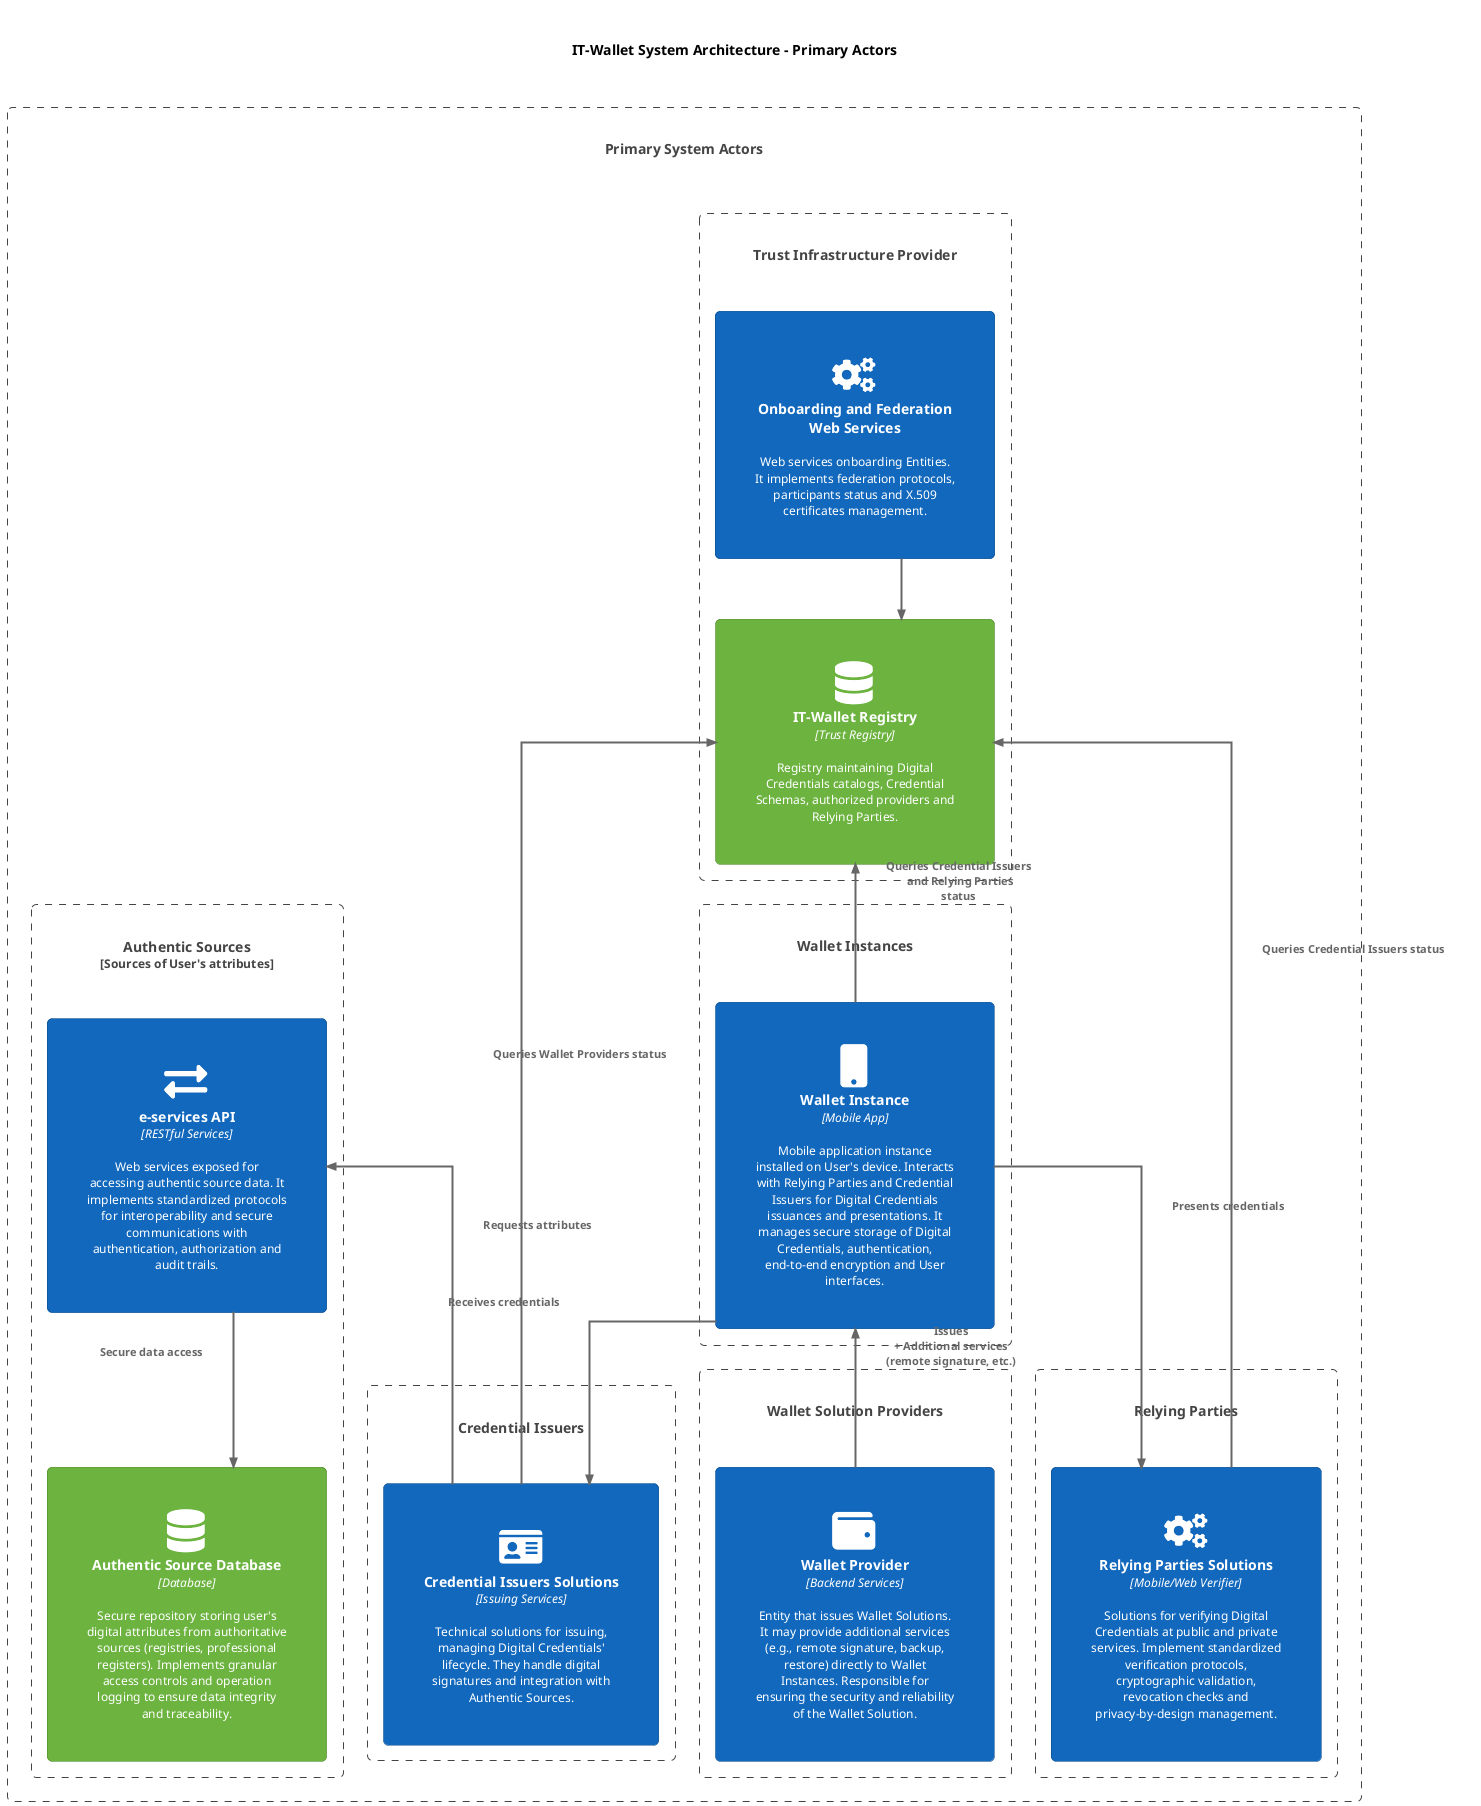
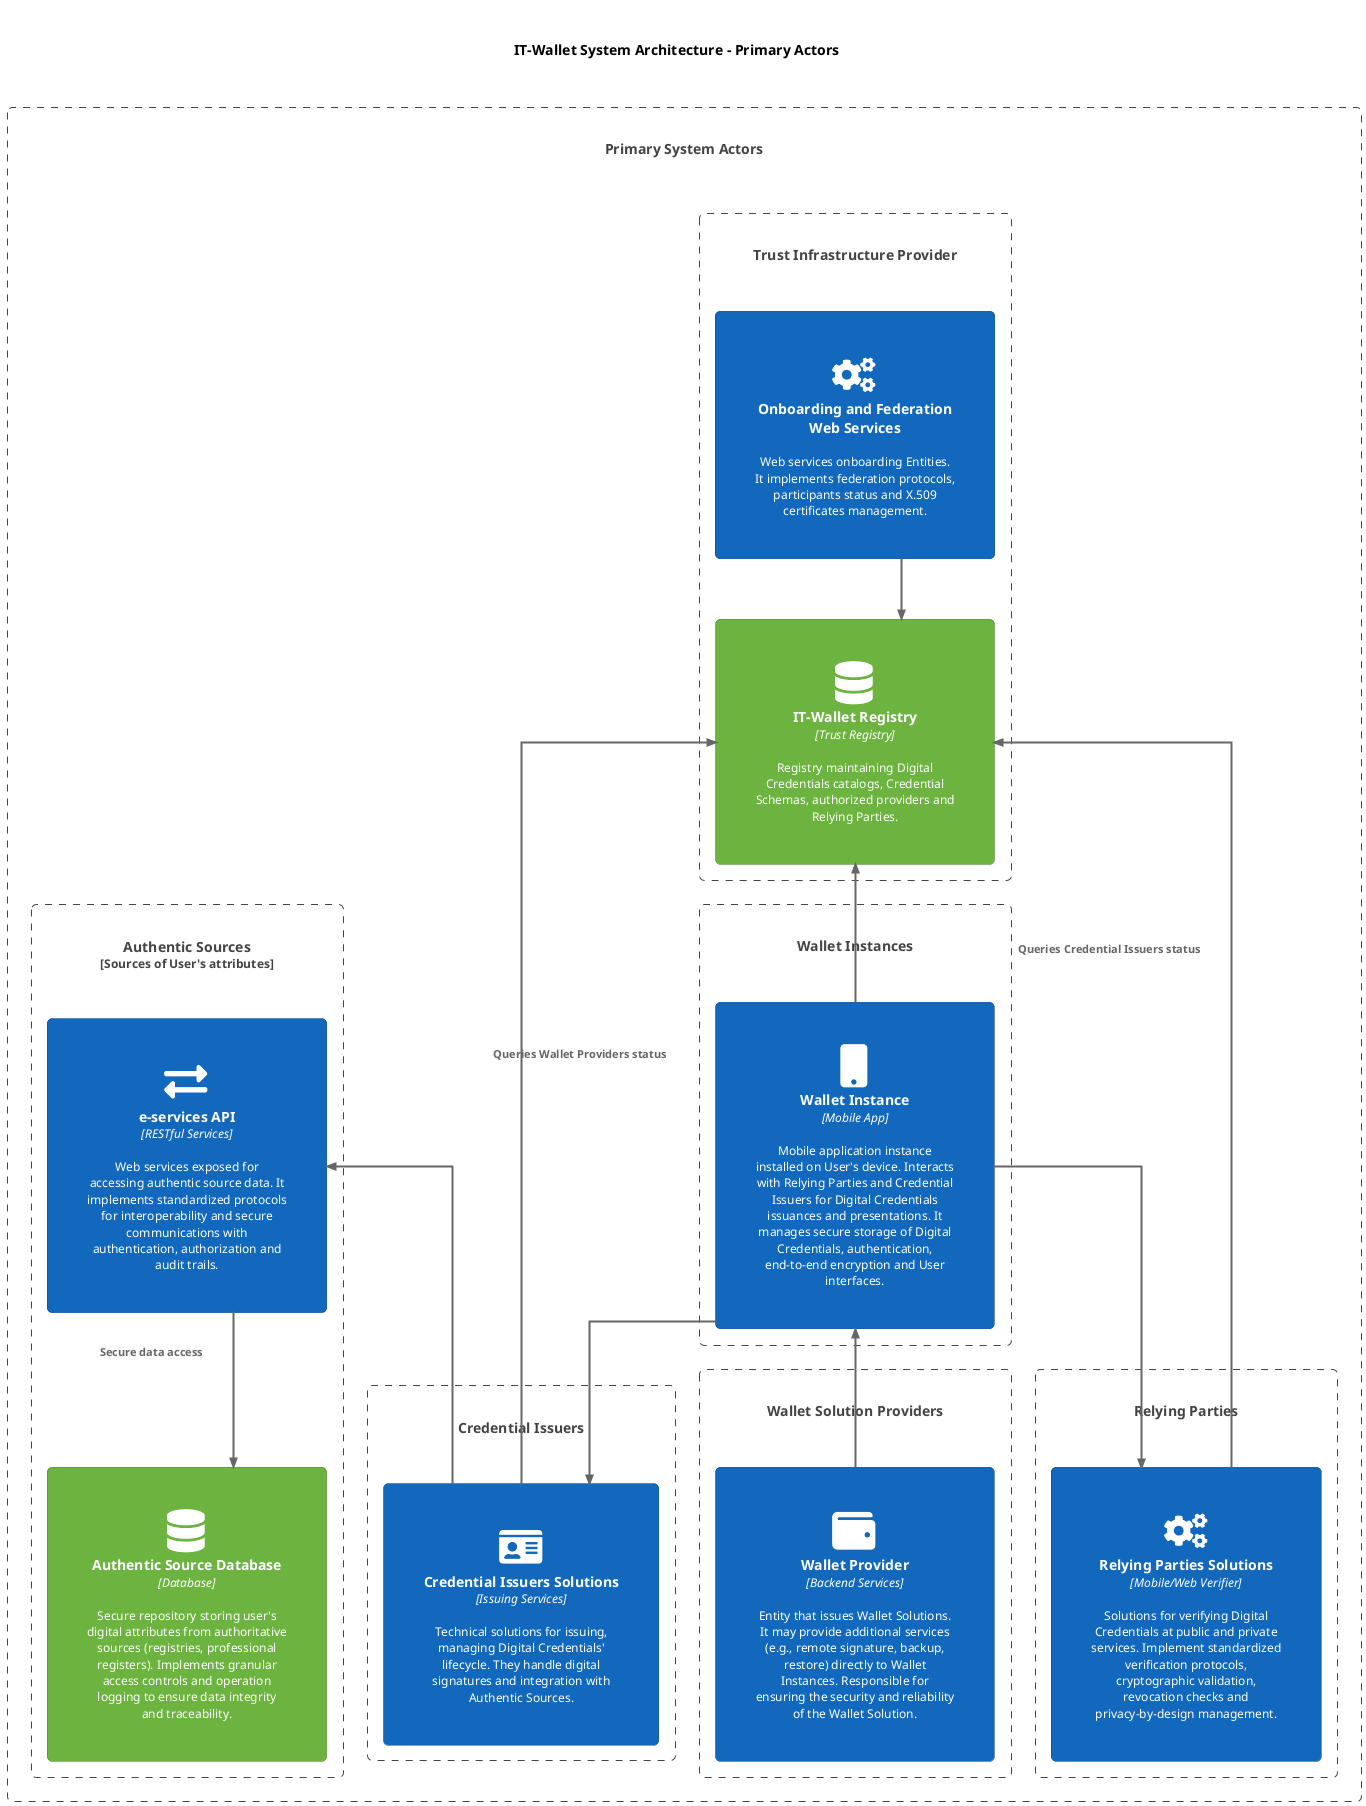
- @startuml IT-Wallet_System_Architecture_Primary
+ @startuml
!include <C4/C4_Component>
HIDE_STEREOTYPE()
skinparam linetype ortho
' Define SPRITES
!include <tupadr3/common>
!include <tupadr3/font-awesome-5/certificate>
!include <tupadr3/font-awesome-5/database>
!include <tupadr3/font-awesome-5/cogs>
!include <tupadr3/font-awesome-5/id_card>
!include <tupadr3/font-awesome-5/exchange_alt>
!include <tupadr3/font-awesome-5/wallet>
!include <tupadr3/font-awesome-5/mobile>
!include <tupadr3/font-awesome/institution>

' Custom styles
AddElementTag("external", $bgColor="#999999", $fontColor="white", $borderColor="grey")
AddElementTag("primary", $bgColor="#1168bd", $fontColor="white", $borderColor="#0b4884")
AddElementTag("tech", $bgColor="#6cb33f", $fontColor="white", $borderColor="#4a8329")
AddElementTag("governance", $bgColor="#8A398F", $fontColor="white", $borderColor="#55235A")

' Enlarge diagram with spacing
skinparam padding 30
skinparam defaultFontSize 12
skinparam component {
    Padding 25
    Margin 25
}
skinparam container {
    Padding 35
    Margin 35
}
skinparam boundary {
    Padding 50
    Margin 50
}
skinparam arrow {
    Thickness 2
    FontSize 11
}
skinparam maxMessageSize 200
skinparam roundcorner 10
skinparam shadowing false

title IT-Wallet System Architecture - Primary Actors


Boundary(primary, "Primary System Actors") {
    ' Row 1: Trust Infrastructure Provider and Authentic Sources
    Boundary(ta, "Trust Infrastructure Provider", ""){
        Component(ta_services, "Onboarding and Federation\nWeb Services", "", "Web services onboarding Entities. It implements federation protocols, participants status and X.509 certificates management.",$tags="primary", $sprite="cogs")
        Component(trust_registry, "IT-Wallet Registry", "Trust Registry", "Registry maintaining Digital Credentials catalogs, Credential Schemas, authorized providers and Relying Parties.", $tags="tech", $sprite="database")
        Rel_D(ta_services,trust_registry,"")
    }

    Boundary(authentic_sources, "Authentic Sources", "Sources of User's attributes"){
        Component(as_api, "e-services API", "RESTful Services", "Web services exposed for accessing authentic source data. It implements standardized protocols for interoperability and secure communications with authentication, authorization and audit trails.", $tags="primary", $sprite="exchange_alt")
        Component(as_db, "Authentic Source Database", "Database", "Secure repository storing user's digital attributes from authoritative sources (registries, professional registers). Implements granular access controls and operation logging to ensure data integrity and traceability.", $tags="tech", $sprite="database")
        Rel_D(as_api,as_db,"Secure data access")
    }

    ' Row 2: Credential Issuers, Wallet Instance, Relying Parties
    Boundary(dc_provider, "Credential Issuers", "") {
        Container(dc_solution, "Credential Issuers Solutions", "Issuing Services", "Technical solutions for issuing, managing Digital Credentials' lifecycle. They handle digital signatures and integration with Authentic Sources.", $tags="primary",$sprite="id_card")
    }

    Boundary(wallet_instance_boundary, "Wallet Instances", "") {
        Container(wi, "Wallet Instance", "Mobile App", "Mobile application instance installed on User's device. Interacts with Relying Parties and Credential Issuers for Digital Credentials issuances and presentations. It manages secure storage of Digital Credentials, authentication, end-to-end encryption and User interfaces.", $tags="primary",$sprite="mobile")
    }

    Boundary(rp_provider, "Relying Parties", "") {
        Container(rp_solution, "Relying Parties Solutions", "Mobile/Web Verifier", "Solutions for verifying Digital Credentials at public and private services. Implement standardized verification protocols, cryptographic validation, revocation checks and privacy-by-design management.", $tags="primary",$sprite="cogs")
    }

    ' Row 3: Wallet Provider
    Boundary(wallet_provider_boundary, "Wallet Solution Providers", "") {
        Container(wp, "Wallet Provider", "Backend Services", "Entity that issues Wallet Solutions. It may provide additional services (e.g., remote signature, backup, restore) directly to Wallet Instances. Responsible for ensuring the security and reliability of the Wallet Solution.", $tags="primary",$sprite="wallet")
    }
}

' Key relationships for architecture understanding
- Rel_U(dc_solution, as_api, "Requests attributes")
- Rel_U(wp, wi, "Issues\n+ Additional services\n(remote signature, etc.)")
- Rel(wi, dc_solution, "Receives credentials")
- Rel(wi, rp_solution, "Presents credentials")
+ Rel_U(dc_solution, as_api, "")
+ Rel_U(wp, wi, "")
+ Rel(wi, dc_solution, "")
+ Rel(wi, rp_solution, "")
Rel_U(rp_solution, trust_registry, "Queries Credential Issuers status")
- Rel_U(wi, trust_registry, "Queries Credential Issuers\n and Relying Parties\nstatus")
+ Rel_U(wi, trust_registry, "")
Rel_U(dc_solution, trust_registry, "Queries Wallet Providers status")

' Layout commands for horizontal inner elements
Lay_R(ta_services, trust_registry)
Lay_R(as_api, as_db)
- 
- @enduml+ @enduml
